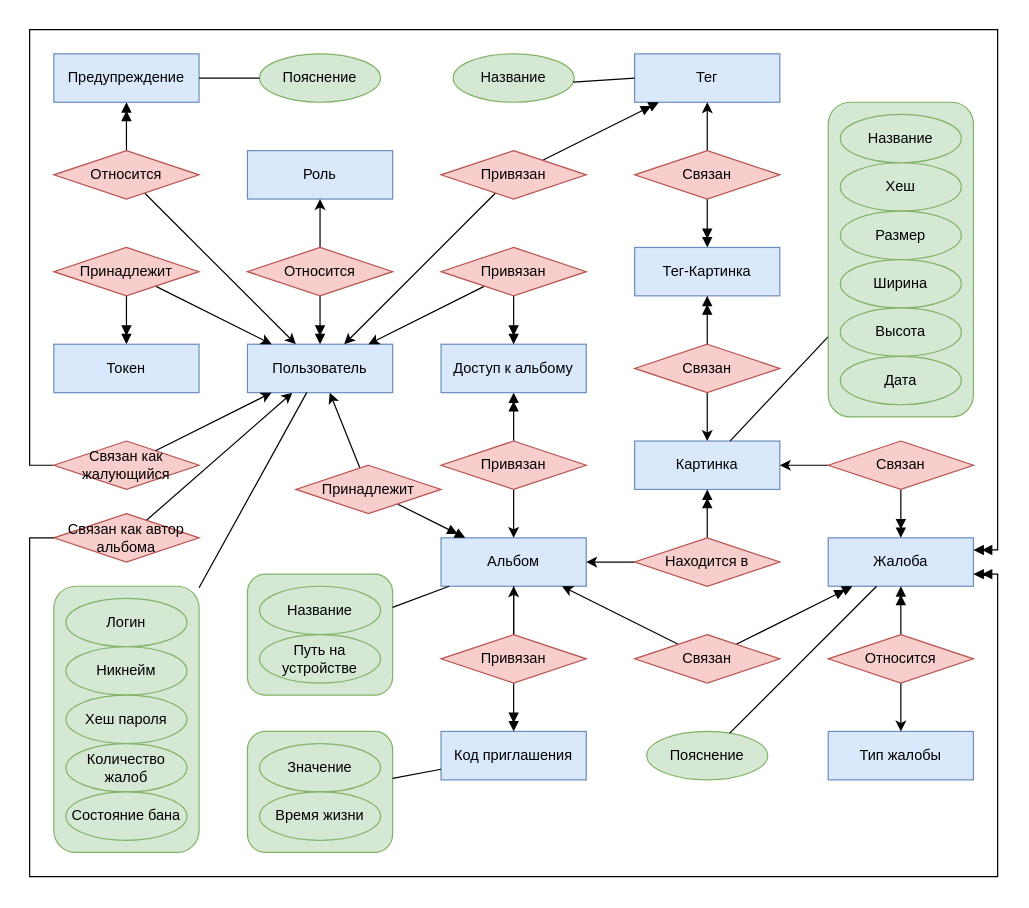
The draw.io diagram page "Концепт" (1 of 4) of docs/Модели БД.drawio in savayaqu/course-project-4, before the edit. Source tidied: cells renumbered, new cells numbered last; positions are measured from the earlier drawing's top-left corner, leaving out a move shared by most shapes. Both pictures are drawn from the tidied source at 121%, with x=0, y=0 at pixel (29, 29).
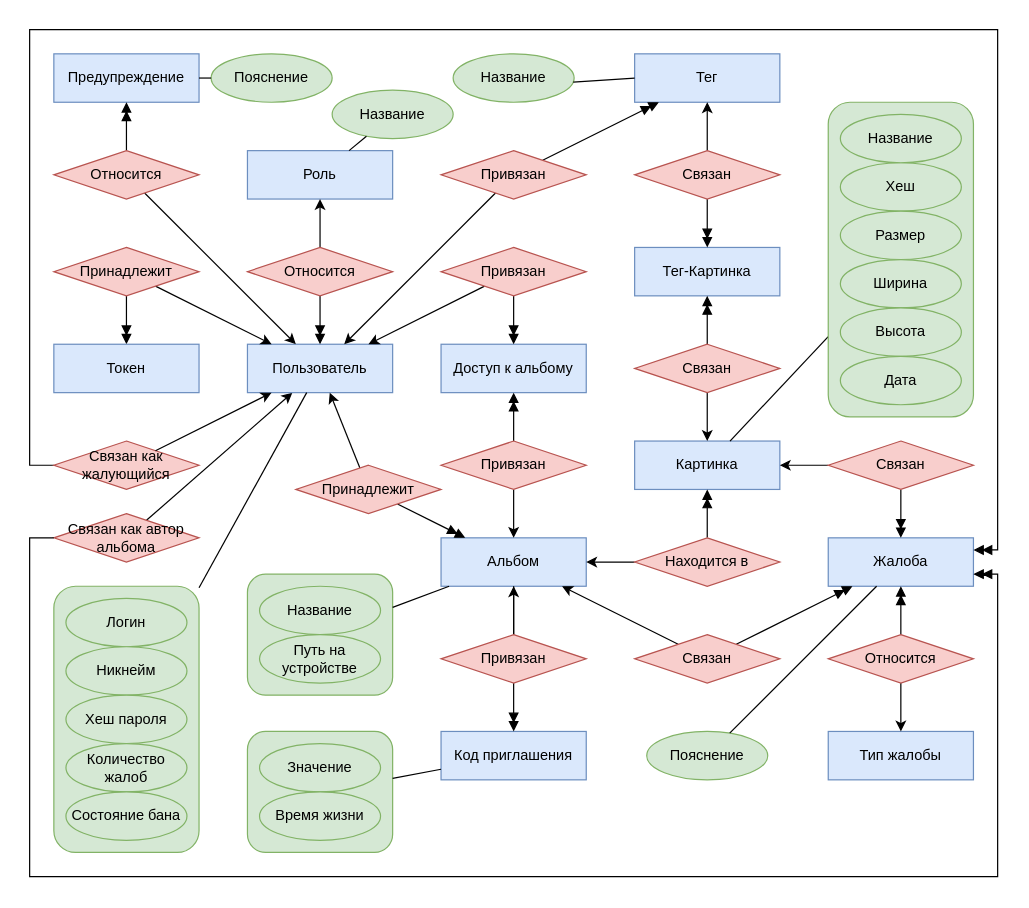
The same diagram, later.

The change refers to these unchanged cells:
```xml
<mxCell id="2" value="Роль" style="rounded=0;whiteSpace=wrap;html=1;fillColor=#dae8fc;strokeColor=#6c8ebf;" parent="1" vertex="1">
  <mxGeometry x="180" y="100" width="120" height="40" as="geometry" />
</mxCell>
```

What changed in the source:
```diff
@@
     <mxCell id="91" value="Пояснение" style="ellipse;whiteSpace=wrap;html=1;fillColor=#d5e8d4;strokeColor=#82b366;" parent="1" vertex="1">
-      <mxGeometry x="190" y="20" width="100" height="40" as="geometry" />
+      <mxGeometry x="150" y="20" width="100" height="40" as="geometry" />
     </mxCell>
@@
+    <mxCell id="98" value="Название" style="ellipse;whiteSpace=wrap;html=1;fillColor=#d5e8d4;strokeColor=#82b366;" parent="1" vertex="1">
+      <mxGeometry x="250" y="50" width="100" height="40" as="geometry" />
+    </mxCell>
+    <mxCell id="99" style="endArrow=none;html=1;rounded=0;" parent="1" edge="1" source="2" target="98">
+      <mxGeometry relative="1" as="geometry" />
+    </mxCell>
```
